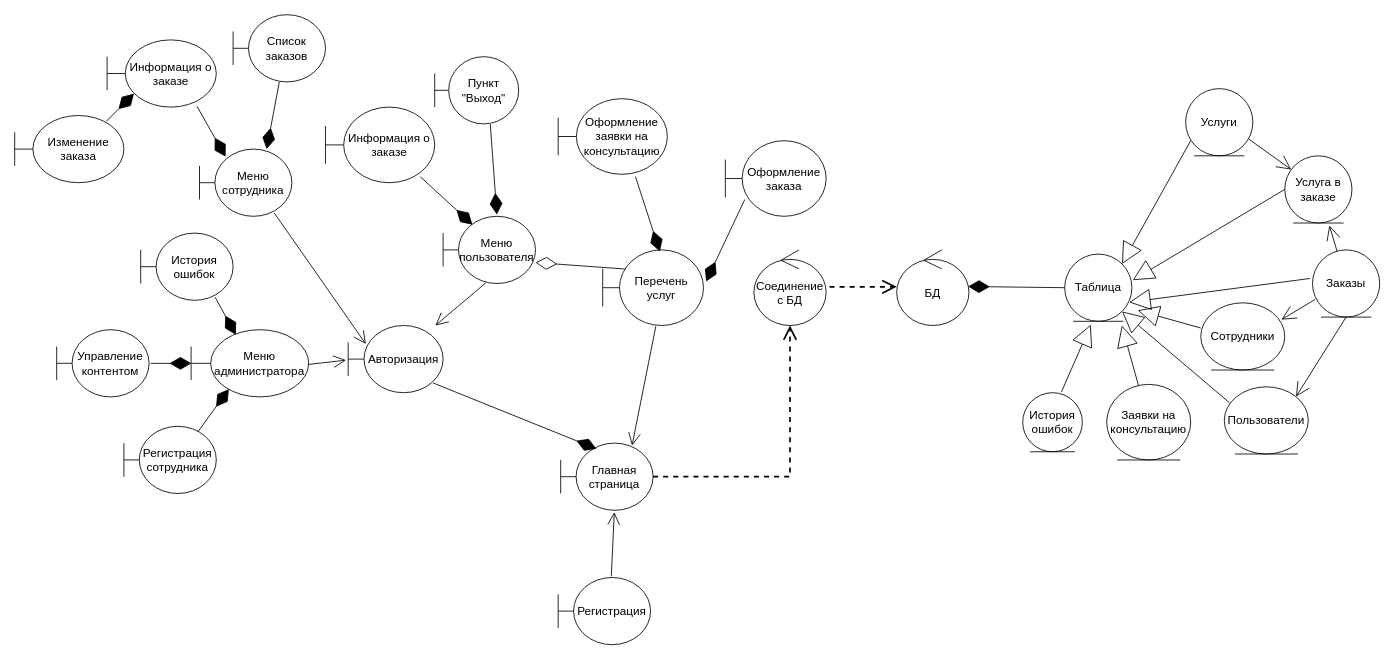
Earlier version of the draw.io diagram page "Диаграмма классов анализа" (1 of 5) of Курсач/Диаграммы/Диаграмма классов анализа.drawio (JolyBin/Valeriy). Source tidied: cells renumbered, new cells numbered last; positions are measured from the earlier drawing's top-left corner, leaving out a move shared by most shapes. Both pictures are drawn from the tidied source at 84%, with x=0, y=0 at pixel (14, 14).
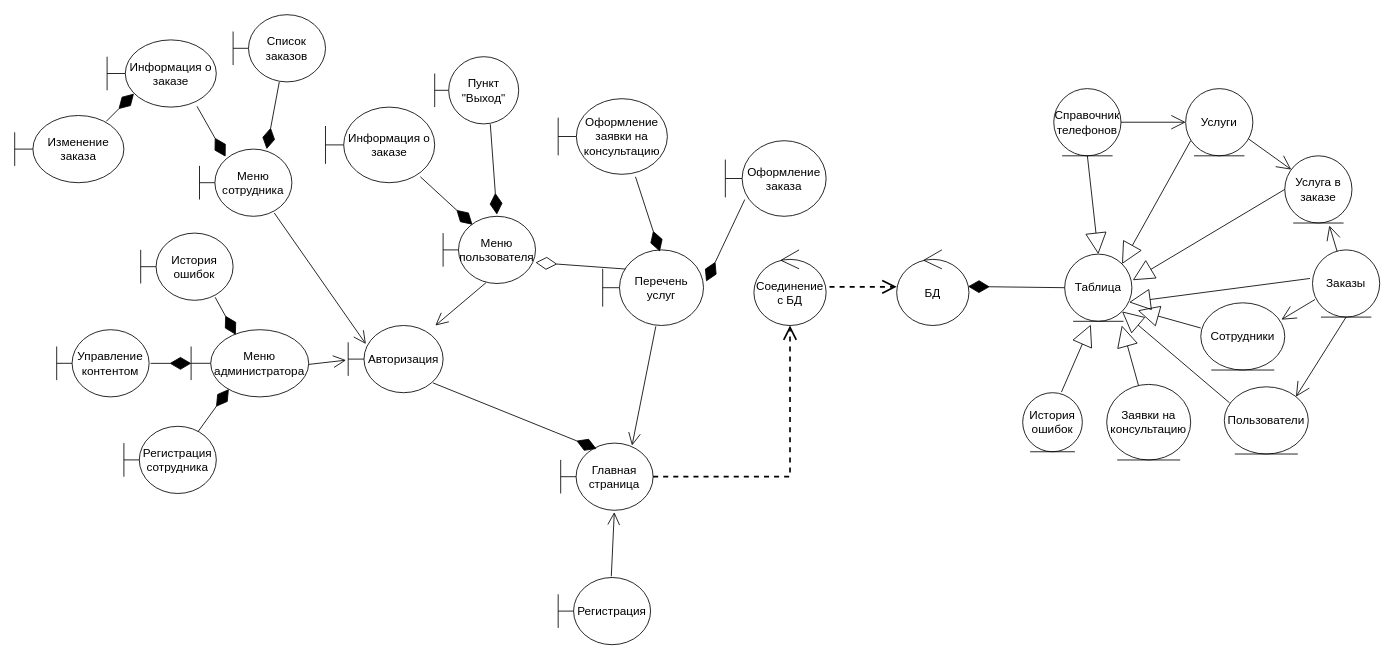
The same diagram, later.

The change refers to these unchanged cells:
```xml
<mxCell id="26" value="Таблица" style="ellipse;shape=umlEntity;whiteSpace=wrap;html=1;fontSize=14;" parent="1" vertex="1">
  <mxGeometry x="1250" y="285" width="80" height="80" as="geometry" />
</mxCell>
<mxCell id="29" value="Услуги" style="ellipse;shape=umlEntity;whiteSpace=wrap;html=1;fontSize=14;" parent="1" vertex="1">
  <mxGeometry x="1394" y="88" width="80" height="80" as="geometry" />
</mxCell>
```

What changed in the source:
```diff
@@
+    <mxCell id="60" value="Справочник телефонов" style="ellipse;shape=umlEntity;whiteSpace=wrap;html=1;fontSize=14;" parent="1" vertex="1">
+      <mxGeometry x="1237" y="88" width="80" height="80" as="geometry" />
+    </mxCell>
+    <mxCell id="61" style="endArrow=block;html=1;exitX=0.5;exitY=1;exitDx=0;exitDy=0;endFill=0;endSize=23;fontSize=14;entryX=0.5;entryY=0;entryDx=0;entryDy=0;" parent="1" edge="1" source="60" target="26">
+      <mxGeometry relative="1" as="geometry" />
+    </mxCell>
+    <mxCell id="62" style="endArrow=none;html=1;entryX=1;entryY=0.5;entryDx=0;entryDy=0;endFill=0;endSize=15;startSize=15;startArrow=open;startFill=0;exitX=0;exitY=0.5;exitDx=0;exitDy=0;" parent="1" edge="1" source="29" target="60">
+      <mxGeometry relative="1" as="geometry" />
+    </mxCell>
```
